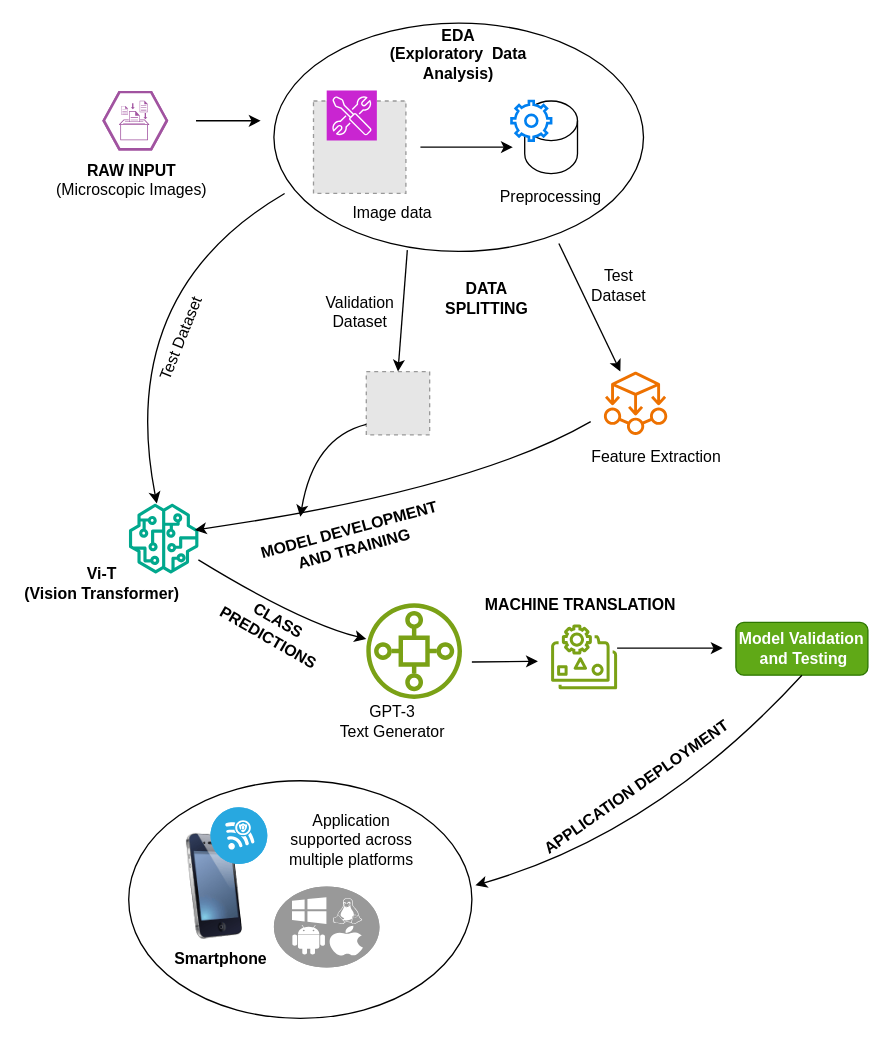
markgoli/draw.io keeps this draw.io diagram as Methodology1.drawio. Above is the earlier version. Source tidied: cells renumbered, new cells numbered last; positions are measured from the earlier drawing's top-left corner, leaving out a move shared by most shapes. Both pictures are drawn from the tidied source at 132%, with x=0, y=0 at pixel (22, 22). Pictures stored in the file or linked from it are replaced by grey dashed boxes.
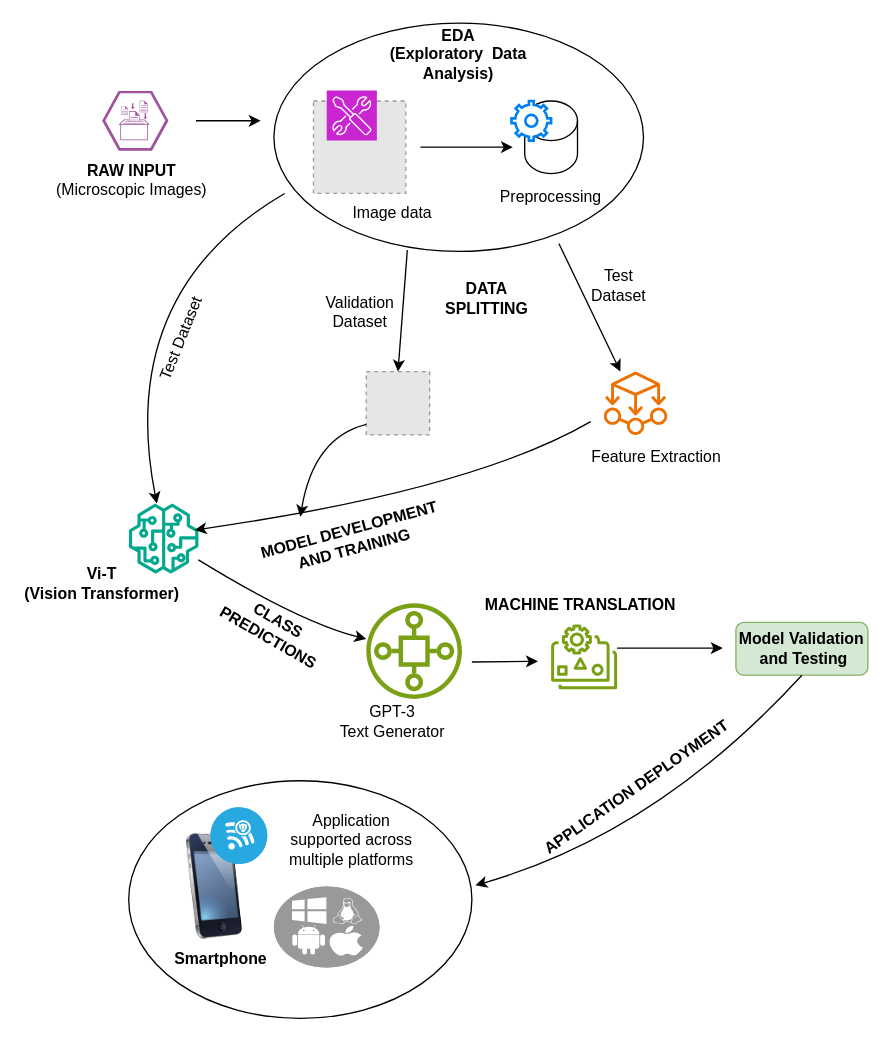
The same diagram, later.

The edit, as a diff of the source:
```diff
@@
-    <mxCell id="12" value="&lt;b&gt;Model Validation&lt;/b&gt;&lt;div&gt;&lt;b&gt;&amp;nbsp;and Testing&lt;/b&gt;&lt;/div&gt;" style="rounded=1;whiteSpace=wrap;html=1;fillColor=#60a917;strokeColor=#2D7600;fontColor=#ffffff;" parent="1" vertex="1">
+    <mxCell id="12" value="&lt;b&gt;Model Validation&lt;/b&gt;&lt;div&gt;&lt;b&gt;&amp;nbsp;and Testing&lt;/b&gt;&lt;/div&gt;" style="rounded=1;whiteSpace=wrap;html=1;fillColor=#d5e8d4;strokeColor=#82b366;" parent="1" vertex="1">
       <mxGeometry x="540" y="454" width="100" height="40" as="geometry" />
     </mxCell>
```
